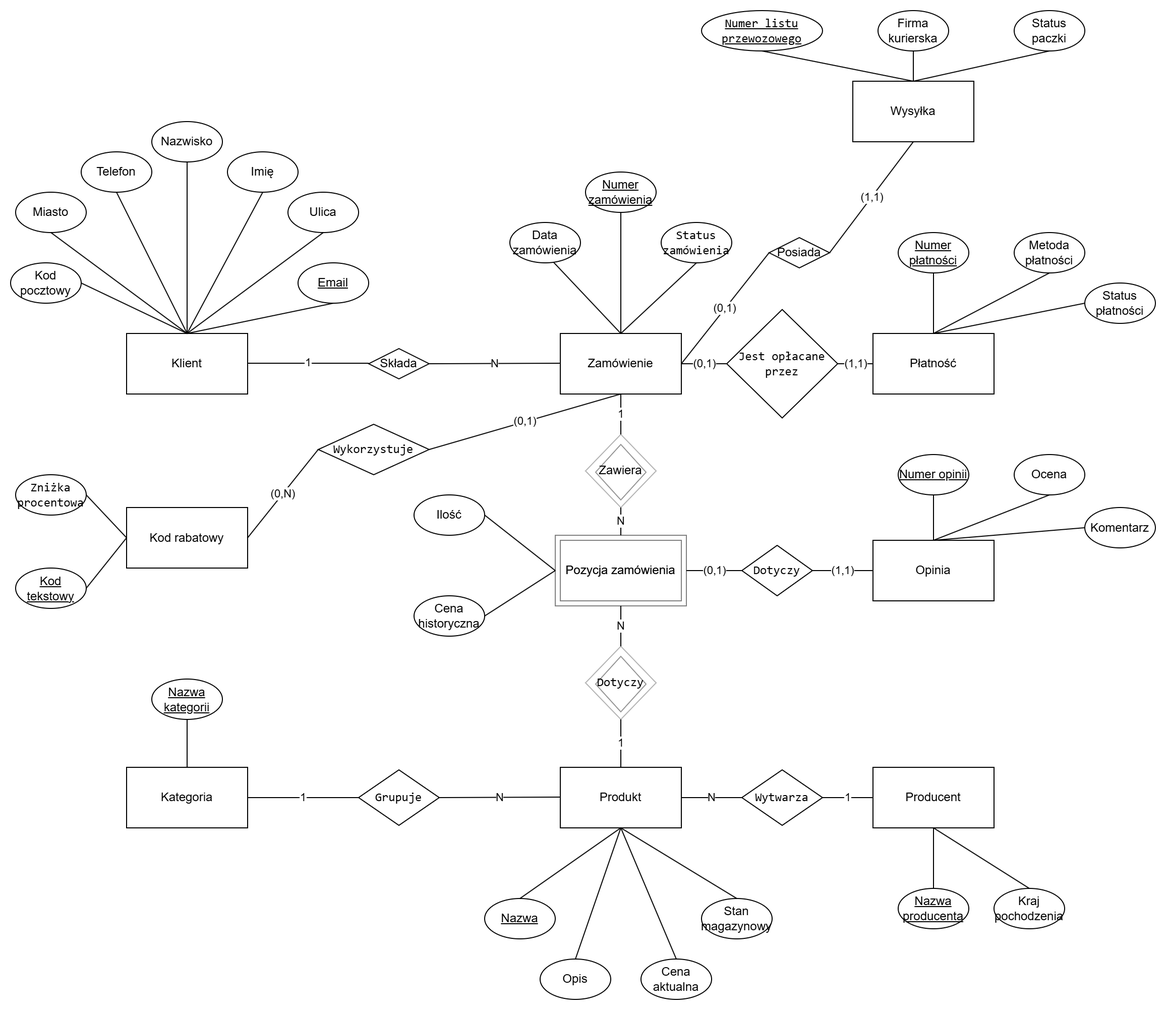
Earlier version of the draw.io export schemat_chena.png (OskarProgrammer/model-konceptualny-logiczny-fizyczny). Source tidied: cells renumbered, new cells last; positions are measured from the earlier drawing's top-left corner, leaving out a move shared by most shapes.
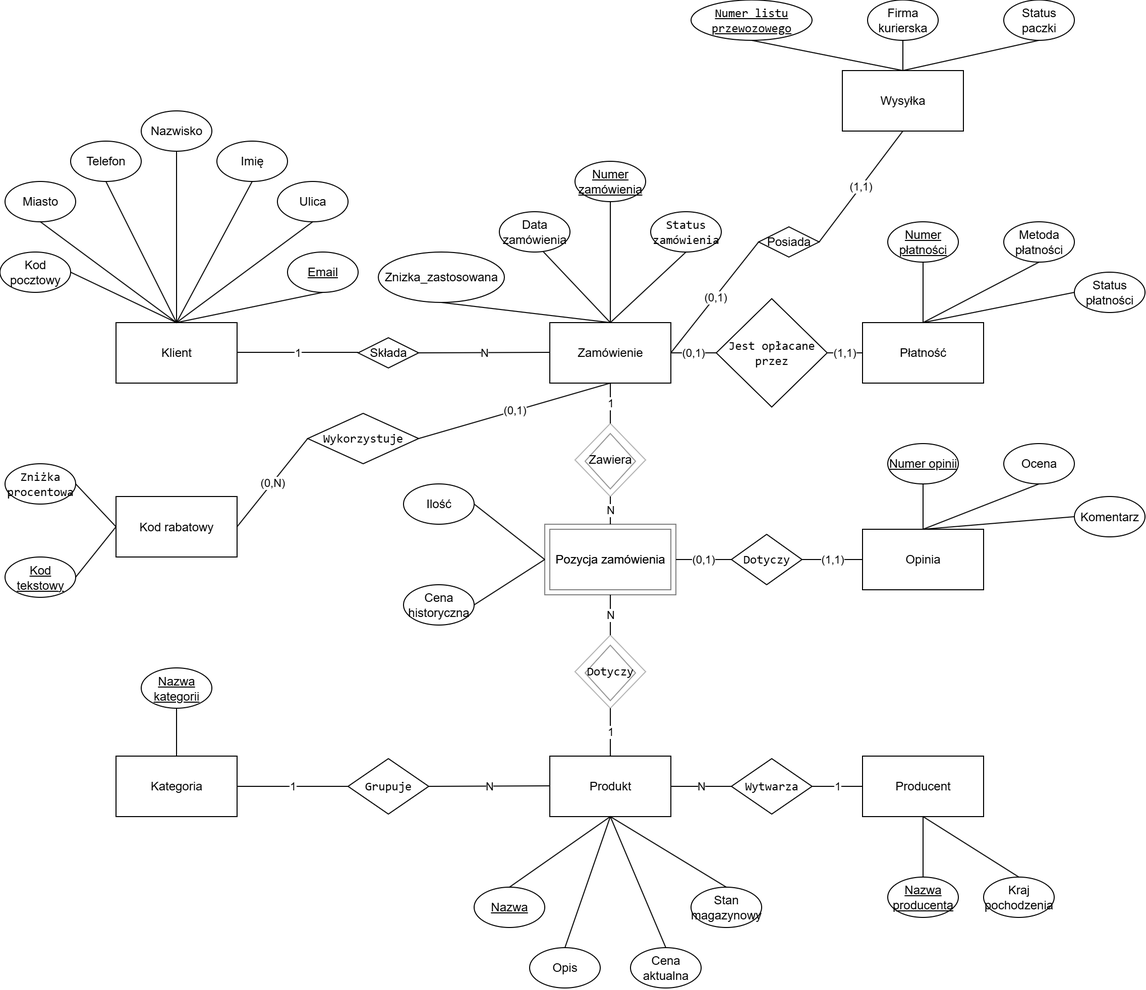
Above is the later version.

What changed in the source:
```diff
@@ -322,5 +322,11 @@
     <mxCell id="101" style="endArrow=none;html=1;rounded=0;exitX=0.5;exitY=1;exitDx=0;exitDy=0;entryX=0.5;entryY=0;entryDx=0;entryDy=0;" parent="1" edge="1" source="100" target="92">
       <mxGeometry relative="1" as="geometry" />
     </mxCell>
+    <mxCell id="102" value="Znizka_zastosowana" style="ellipse;whiteSpace=wrap;html=1;" parent="1" vertex="1">
+      <mxGeometry x="375" y="250" width="125" height="50" as="geometry" />
+    </mxCell>
+    <mxCell id="103" style="endArrow=none;html=1;rounded=0;exitX=0.5;exitY=1;exitDx=0;exitDy=0;entryX=0.5;entryY=0;entryDx=0;entryDy=0;" parent="1" edge="1" source="102" target="4">
+      <mxGeometry relative="1" as="geometry" />
+    </mxCell>
   </root>
 </mxGraphModel>
```
